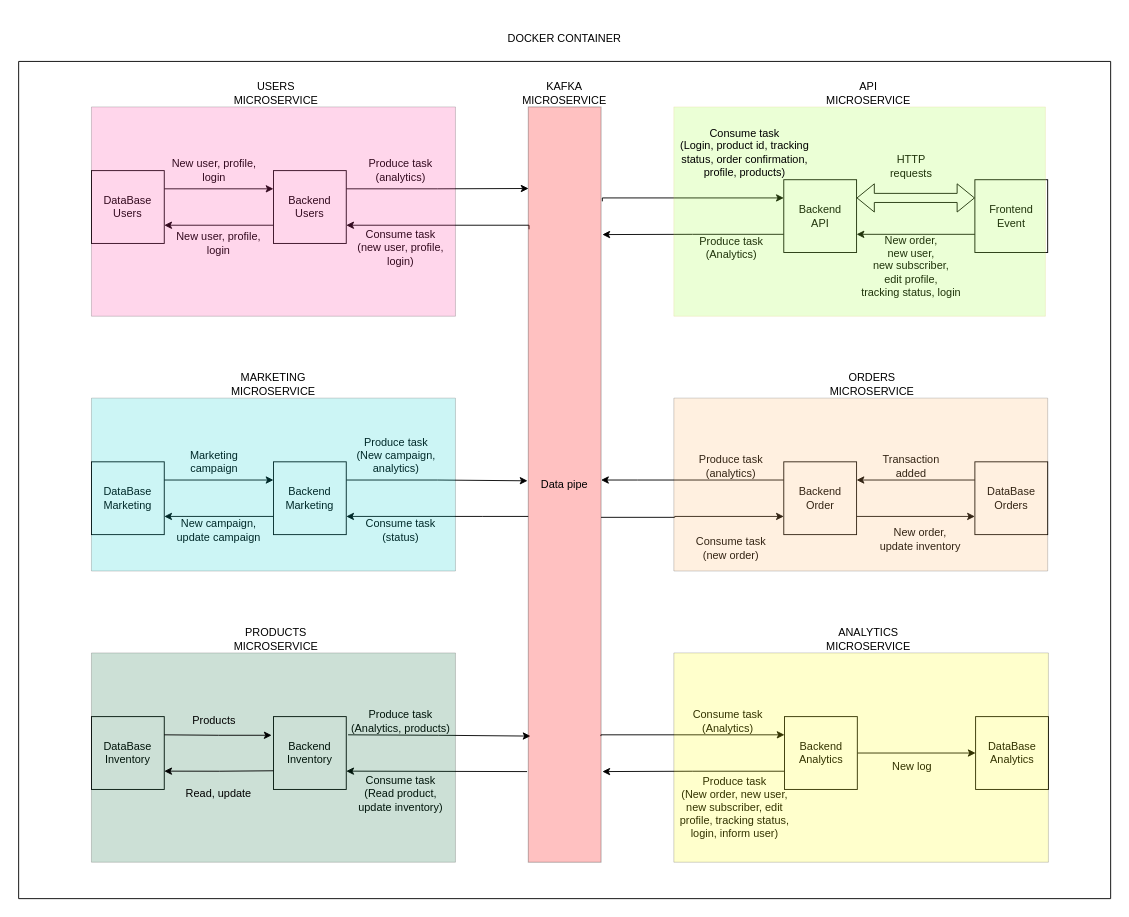
This is blob/Overview.drawio from RomanW05/ecommerce, a draw.io file, before an edit. Source tidied: cells renumbered, new cells numbered last; positions are measured from the earlier drawing's top-left corner, leaving out a move shared by most shapes. Both pictures are drawn from the tidied source at 91%, with x=0, y=0 at pixel (18, 25).
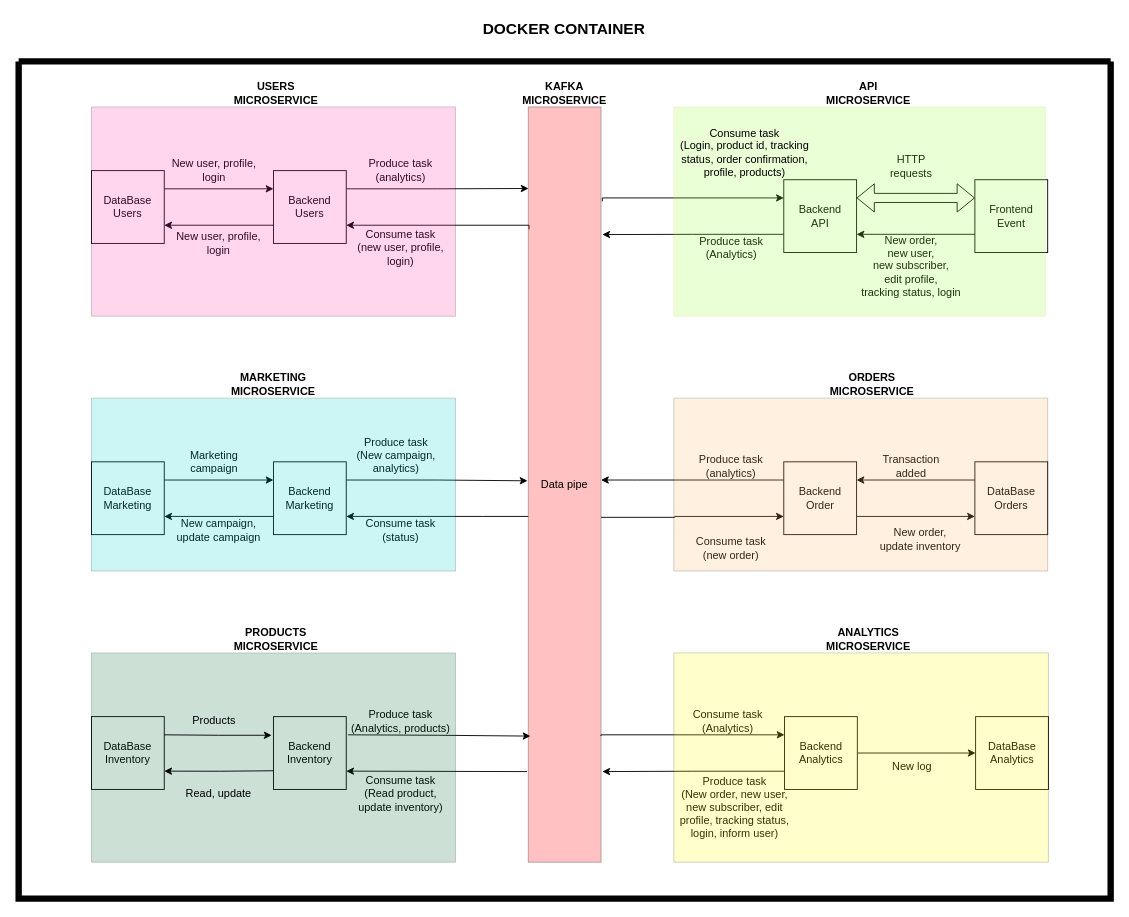
Above is the later version.

What changed in the source:
```diff
@@
-    <mxCell id="65" style="swimlane;startSize=0;" parent="1" vertex="1">
+    <mxCell id="65" style="swimlane;startSize=0;strokeWidth=7;perimeterSpacing=0;rounded=0;" parent="1" vertex="1">
       <mxGeometry y="40" width="1200" height="920" as="geometry" />
     </mxCell>
-    <mxCell id="66" value="API MICROSERVICE " style="text;html=1;strokeColor=none;fillColor=none;align=center;verticalAlign=middle;whiteSpace=wrap;rounded=0;" parent="65" vertex="1">
+    <mxCell id="66" value="&lt;b&gt;API MICROSERVICE &lt;/b&gt;" style="text;html=1;strokeColor=none;fillColor=none;align=center;verticalAlign=middle;whiteSpace=wrap;rounded=0;" parent="65" vertex="1">
       <mxGeometry x="878.3" y="20" width="111.7" height="30" as="geometry" />
     </mxCell>
-    <mxCell id="67" value="KAFKA MICROSERVICE" style="text;html=1;strokeColor=none;fillColor=none;align=center;verticalAlign=middle;whiteSpace=wrap;rounded=0;" parent="65" vertex="1">
+    <mxCell id="67" value="&lt;b&gt;KAFKA MICROSERVICE&lt;/b&gt;" style="text;html=1;strokeColor=none;fillColor=none;align=center;verticalAlign=middle;whiteSpace=wrap;rounded=0;" parent="65" vertex="1">
       <mxGeometry x="535" y="20" width="130" height="30" as="geometry" />
     </mxCell>
-    <mxCell id="68" value="MARKETING MICROSERVICE" style="text;html=1;strokeColor=none;fillColor=none;align=center;verticalAlign=middle;whiteSpace=wrap;rounded=0;" parent="65" vertex="1">
+    <mxCell id="68" value="&lt;b&gt;MARKETING MICROSERVICE&lt;/b&gt;" style="text;html=1;strokeColor=none;fillColor=none;align=center;verticalAlign=middle;whiteSpace=wrap;rounded=0;" parent="65" vertex="1">
       <mxGeometry x="200" y="340" width="160" height="30" as="geometry" />
     </mxCell>
-    <mxCell id="69" value="ORDERS MICROSERVICE" style="text;html=1;strokeColor=none;fillColor=none;align=center;verticalAlign=middle;whiteSpace=wrap;rounded=0;" parent="65" vertex="1">
+    <mxCell id="69" value="&lt;b&gt;ORDERS MICROSERVICE&lt;/b&gt;" style="text;html=1;strokeColor=none;fillColor=none;align=center;verticalAlign=middle;whiteSpace=wrap;rounded=0;" parent="65" vertex="1">
       <mxGeometry x="865.8" y="340" width="144.2" height="30" as="geometry" />
     </mxCell>
-    <mxCell id="70" value="PRODUCTS MICROSERVICE" style="text;html=1;strokeColor=none;fillColor=none;align=center;verticalAlign=middle;whiteSpace=wrap;rounded=0;" parent="65" vertex="1">
+    <mxCell id="70" value="&lt;b&gt;PRODUCTS MICROSERVICE&lt;/b&gt;" style="text;html=1;strokeColor=none;fillColor=none;align=center;verticalAlign=middle;whiteSpace=wrap;rounded=0;" parent="65" vertex="1">
       <mxGeometry x="212.5" y="620" width="140" height="30" as="geometry" />
     </mxCell>
-    <mxCell id="71" value="ANALYTICS MICROSERVICE" style="text;html=1;strokeColor=none;fillColor=none;align=center;verticalAlign=middle;whiteSpace=wrap;rounded=0;" parent="65" vertex="1">
+    <mxCell id="71" value="&lt;b&gt;ANALYTICS MICROSERVICE&lt;/b&gt;" style="text;html=1;strokeColor=none;fillColor=none;align=center;verticalAlign=middle;whiteSpace=wrap;rounded=0;" parent="65" vertex="1">
       <mxGeometry x="864.1" y="620" width="140" height="30" as="geometry" />
     </mxCell>
@@
-    <mxCell id="74" value="USERS MICROSERVICE " style="text;html=1;strokeColor=none;fillColor=none;align=center;verticalAlign=middle;whiteSpace=wrap;rounded=0;" parent="65" vertex="1">
+    <mxCell id="74" value="&lt;b&gt;USERS MICROSERVICE &lt;/b&gt;" style="text;html=1;strokeColor=none;fillColor=none;align=center;verticalAlign=middle;whiteSpace=wrap;rounded=0;" parent="65" vertex="1">
       <mxGeometry x="217.5" y="20" width="130" height="30" as="geometry" />
     </mxCell>
-    <mxCell id="75" value="DOCKER CONTAINER" style="text;html=1;strokeColor=none;fillColor=none;align=center;verticalAlign=middle;whiteSpace=wrap;rounded=0;" parent="1" vertex="1">
-      <mxGeometry x="521.2" width="157.5" height="30" as="geometry" />
+    <mxCell id="75" value="&lt;font size=&quot;1&quot;&gt;&lt;b style=&quot;font-size: 17px;&quot;&gt;DOCKER CONTAINER&lt;/b&gt;&lt;/font&gt;" style="text;html=1;strokeColor=none;fillColor=none;align=center;verticalAlign=middle;whiteSpace=wrap;rounded=0;" parent="1" vertex="1">
+      <mxGeometry x="500" y="-10" width="198.8" height="30" as="geometry" />
     </mxCell>
```
